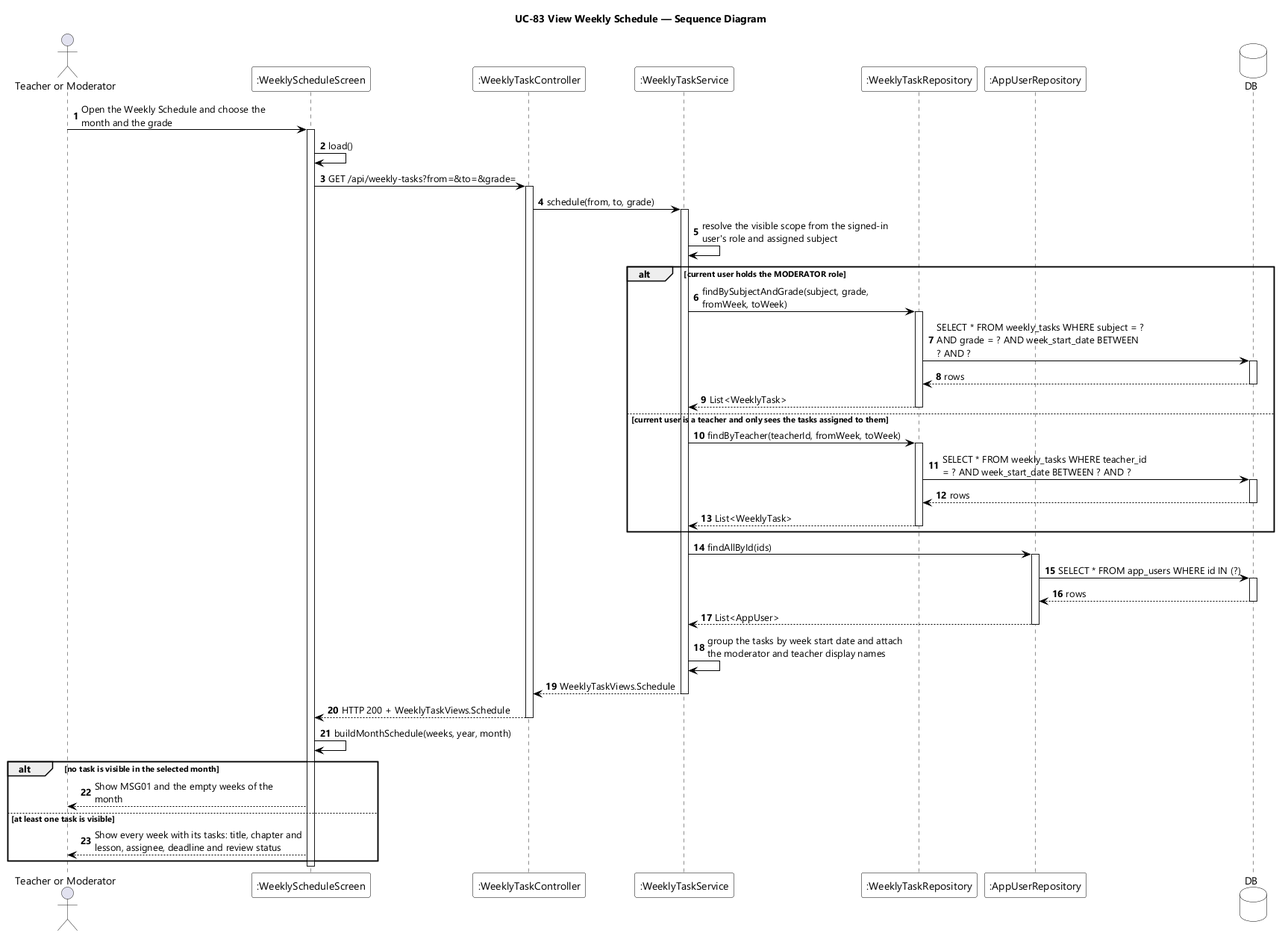
The PlantUML diagram designs/sds-diagrams/uc83/uc83-sequence-diagram.png in EduA-system/EduA-system, before a commit. Source of this version:
```plantuml
@startuml UC-83 View Weekly Schedule - Sequence Diagram
skinparamlocked dpi 96
skinparam defaultFontName "Segoe UI"
skinparam shadowing false
skinparam ParticipantBackgroundColor #FFFFFF
skinparam ParticipantBorderColor #000000
skinparam DatabaseBackgroundColor #FFFFFF
skinparam DatabaseBorderColor #000000
skinparam ArrowColor #000000
skinparam sequenceMessageAlign left
skinparam maxMessageSize 280
title UC-83 View Weekly Schedule — Sequence Diagram

actor "Teacher or Moderator" as USER
participant ":WeeklyScheduleScreen" as UI
participant ":WeeklyTaskController" as CTL
participant ":WeeklyTaskService" as SVC
participant ":WeeklyTaskRepository" as REPO
participant ":AppUserRepository" as USERS
database DB

autonumber
USER -> UI : Open the Weekly Schedule and choose the month and the grade
activate UI
UI -> UI : load()
UI -> CTL : GET /api/weekly-tasks?from=&to=&grade=
activate CTL
CTL -> SVC : schedule(from, to, grade)
activate SVC
SVC -> SVC : resolve the visible scope from the signed-in user's role and assigned subject

alt current user holds the MODERATOR role
  SVC -> REPO : findBySubjectAndGrade(subject, grade, fromWeek, toWeek)
  activate REPO
  REPO -> DB : SELECT * FROM weekly_tasks WHERE subject = ? AND grade = ? AND week_start_date BETWEEN ? AND ?
  activate DB
  DB --> REPO : rows
  deactivate DB
  REPO --> SVC : List<WeeklyTask>
  deactivate REPO
else current user is a teacher and only sees the tasks assigned to them
  SVC -> REPO : findByTeacher(teacherId, fromWeek, toWeek)
  activate REPO
  REPO -> DB : SELECT * FROM weekly_tasks WHERE teacher_id = ? AND week_start_date BETWEEN ? AND ?
  activate DB
  DB --> REPO : rows
  deactivate DB
  REPO --> SVC : List<WeeklyTask>
  deactivate REPO
end

SVC -> USERS : findAllById(ids)
activate USERS
USERS -> DB : SELECT * FROM app_users WHERE id IN (?)
activate DB
DB --> USERS : rows
deactivate DB
USERS --> SVC : List<AppUser>
deactivate USERS
SVC -> SVC : group the tasks by week start date and attach the moderator and teacher display names
SVC --> CTL : WeeklyTaskViews.Schedule
deactivate SVC
CTL --> UI : HTTP 200 + WeeklyTaskViews.Schedule
deactivate CTL
UI -> UI : buildMonthSchedule(weeks, year, month)

alt no task is visible in the selected month
  UI --> USER : Show MSG01 and the empty weeks of the month
else at least one task is visible
  UI --> USER : Show every week with its tasks: title, chapter and lesson, assignee, deadline and review status
end
deactivate UI
@enduml
```
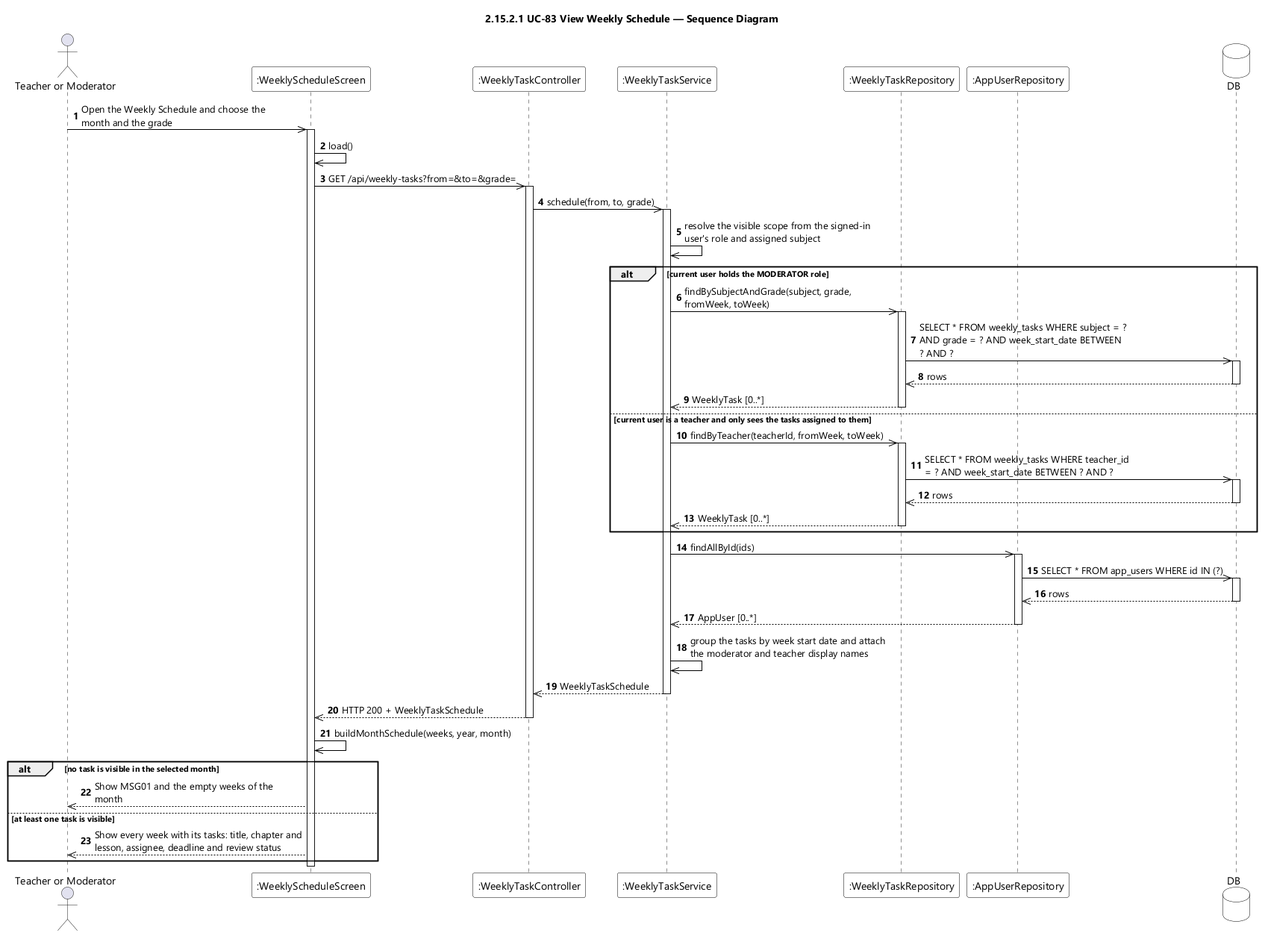
Above is the later version.

Diff of the diagram source:
```diff
@@ -9,7 +9,7 @@
 skinparam ArrowColor #000000
 skinparam sequenceMessageAlign left
 skinparam maxMessageSize 280
-title UC-83 View Weekly Schedule — Sequence Diagram
+title 2.15.2.1 UC-83 View Weekly Schedule — Sequence Diagram
 
 actor "Teacher or Moderator" as USER
 participant ":WeeklyScheduleScreen" as UI
@@ -20,54 +20,54 @@
 database DB
 
 autonumber
-USER -> UI : Open the Weekly Schedule and choose the month and the grade
+USER ->> UI : Open the Weekly Schedule and choose the month and the grade
 activate UI
-UI -> UI : load()
-UI -> CTL : GET /api/weekly-tasks?from=&to=&grade=
+UI ->> UI : load()
+UI ->> CTL : GET /api/weekly-tasks?from=&to=&grade=
 activate CTL
-CTL -> SVC : schedule(from, to, grade)
+CTL ->> SVC : schedule(from, to, grade)
 activate SVC
-SVC -> SVC : resolve the visible scope from the signed-in user's role and assigned subject
+SVC ->> SVC : resolve the visible scope from the signed-in user's role and assigned subject
 
 alt current user holds the MODERATOR role
-  SVC -> REPO : findBySubjectAndGrade(subject, grade, fromWeek, toWeek)
+  SVC ->> REPO : findBySubjectAndGrade(subject, grade, fromWeek, toWeek)
   activate REPO
-  REPO -> DB : SELECT * FROM weekly_tasks WHERE subject = ? AND grade = ? AND week_start_date BETWEEN ? AND ?
+  REPO ->> DB : SELECT * FROM weekly_tasks WHERE subject = ? AND grade = ? AND week_start_date BETWEEN ? AND ?
   activate DB
-  DB --> REPO : rows
+  DB -->> REPO : rows
   deactivate DB
-  REPO --> SVC : List<WeeklyTask>
+  REPO -->> SVC : WeeklyTask [0..*]
   deactivate REPO
 else current user is a teacher and only sees the tasks assigned to them
-  SVC -> REPO : findByTeacher(teacherId, fromWeek, toWeek)
+  SVC ->> REPO : findByTeacher(teacherId, fromWeek, toWeek)
   activate REPO
-  REPO -> DB : SELECT * FROM weekly_tasks WHERE teacher_id = ? AND week_start_date BETWEEN ? AND ?
+  REPO ->> DB : SELECT * FROM weekly_tasks WHERE teacher_id = ? AND week_start_date BETWEEN ? AND ?
   activate DB
-  DB --> REPO : rows
+  DB -->> REPO : rows
   deactivate DB
-  REPO --> SVC : List<WeeklyTask>
+  REPO -->> SVC : WeeklyTask [0..*]
   deactivate REPO
 end
 
-SVC -> USERS : findAllById(ids)
+SVC ->> USERS : findAllById(ids)
 activate USERS
-USERS -> DB : SELECT * FROM app_users WHERE id IN (?)
+USERS ->> DB : SELECT * FROM app_users WHERE id IN (?)
 activate DB
-DB --> USERS : rows
+DB -->> USERS : rows
 deactivate DB
-USERS --> SVC : List<AppUser>
+USERS -->> SVC : AppUser [0..*]
 deactivate USERS
-SVC -> SVC : group the tasks by week start date and attach the moderator and teacher display names
-SVC --> CTL : WeeklyTaskViews.Schedule
+SVC ->> SVC : group the tasks by week start date and attach the moderator and teacher display names
+SVC -->> CTL : WeeklyTaskSchedule
 deactivate SVC
-CTL --> UI : HTTP 200 + WeeklyTaskViews.Schedule
+CTL -->> UI : HTTP 200 + WeeklyTaskSchedule
 deactivate CTL
-UI -> UI : buildMonthSchedule(weeks, year, month)
+UI ->> UI : buildMonthSchedule(weeks, year, month)
 
 alt no task is visible in the selected month
-  UI --> USER : Show MSG01 and the empty weeks of the month
+  UI -->> USER : Show MSG01 and the empty weeks of the month
 else at least one task is visible
-  UI --> USER : Show every week with its tasks: title, chapter and lesson, assignee, deadline and review status
+  UI -->> USER : Show every week with its tasks: title, chapter and lesson, assignee, deadline and review status
 end
 deactivate UI
 @enduml
```
